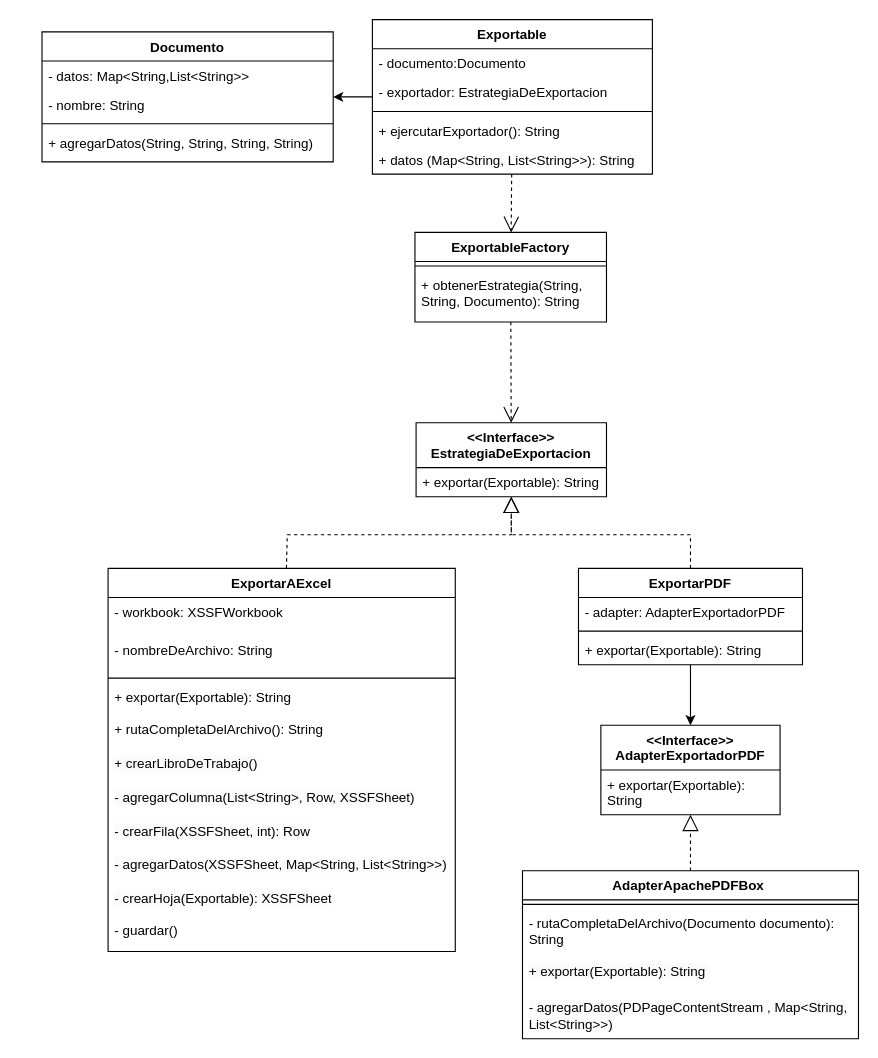
This is IncuttiPanzera_TPPatrones/IncuttiPanzera - DDC_v1.drawio from Incutti/DDS24_IncuttiFernandez, a draw.io file, before an edit. Source tidied: cells renumbered, new cells numbered last; positions are measured from the earlier drawing's top-left corner, leaving out a move shared by most shapes. Both pictures are drawn from the tidied source at 112%, with x=0, y=0 at pixel (41, 19).
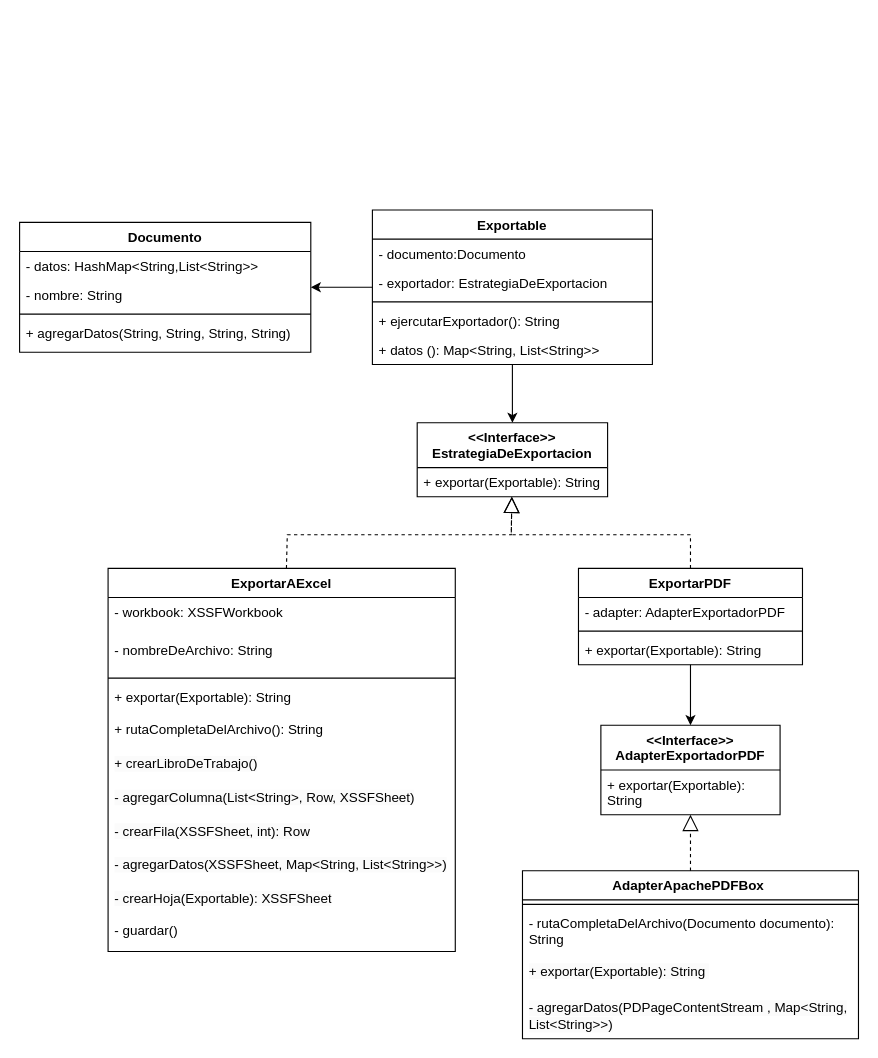
The same page after the edit.

Commit message (it also covers changes not shown here):
agregamos la justificación de los diagramas y corregimos un detalle de uno de ellos. Trabajo Terminado

What changed in the source:
```diff
@@
     <mxCell id="2" value="Documento" style="swimlane;fontStyle=1;align=center;verticalAlign=top;horizontal=1;startSize=26;rounded=0;shadow=0;strokeWidth=1;" parent="1" vertex="1">
-      <mxGeometry y="11" width="260" height="116" as="geometry" />
+      <mxGeometry x="-20" y="181" width="260" height="116" as="geometry" />
     </mxCell>
-    <mxCell id="3" value="- datos: Map&lt;String,List&lt;String&gt;&gt;" style="text;align=left;verticalAlign=top;spacingLeft=4;spacingRight=4;overflow=hidden;" parent="2" vertex="1">
+    <mxCell id="3" value="- datos: HashMap&lt;String,List&lt;String&gt;&gt;" style="text;align=left;verticalAlign=top;spacingLeft=4;spacingRight=4;overflow=hidden;" parent="2" vertex="1">
       <mxGeometry y="26" width="260" height="26" as="geometry" />
     </mxCell>
@@
     <mxCell id="7" value="&lt;&lt;Interface&gt;&gt;&#10;EstrategiaDeExportacion" style="swimlane;fontStyle=1;align=center;verticalAlign=top;horizontal=1;startSize=40;rounded=0;shadow=0;strokeWidth=1;" parent="1" vertex="1">
-      <mxGeometry x="334" y="360" width="170" height="66" as="geometry" />
+      <mxGeometry x="335" y="360" width="170" height="66" as="geometry" />
     </mxCell>
@@
+    <mxCell id="48" style="edgeStyle=orthogonalEdgeStyle;rounded=0;jettySize=auto;html=1;" parent="1" edge="1" source="22" target="7">
+      <mxGeometry relative="1" as="geometry">
+        <Array as="points">
+          <mxPoint x="420" y="350" />
+          <mxPoint x="420" y="350" />
+        </Array>
+      </mxGeometry>
+    </mxCell>
     <mxCell id="22" value="Exportable" style="swimlane;fontStyle=1;align=center;verticalAlign=top;horizontal=1;startSize=26;rounded=0;shadow=0;strokeWidth=1;" parent="1" vertex="1">
-      <mxGeometry x="295" width="250" height="138" as="geometry" />
+      <mxGeometry x="295" y="170" width="250" height="138" as="geometry" />
     </mxCell>
@@
-    <mxCell id="27" value="+ datos (Map&lt;String, List&lt;String&gt;&gt;): String" style="text;align=left;verticalAlign=top;spacingLeft=4;spacingRight=4;overflow=hidden;" parent="22" vertex="1">
+    <mxCell id="27" value="+ datos (): Map&lt;String, List&lt;String&gt;&gt;" style="text;align=left;verticalAlign=top;spacingLeft=4;spacingRight=4;overflow=hidden;" parent="22" vertex="1">
       <mxGeometry y="112" width="250" height="26" as="geometry" />
     </mxCell>
@@
-    <mxCell id="43" value="ExportableFactory" style="swimlane;fontStyle=1;align=center;verticalAlign=top;horizontal=1;startSize=26;whiteSpace=wrap;html=1;" parent="1" vertex="1">
-      <mxGeometry x="333" y="190" width="171" height="80" as="geometry" />
-    </mxCell>
-    <mxCell id="44" style="line;strokeWidth=1;fillColor=none;align=left;verticalAlign=middle;spacingTop=-1;spacingLeft=3;spacingRight=3;labelPosition=right;strokeColor=inherit;" parent="43" vertex="1">
-      <mxGeometry y="26" width="171" height="8" as="geometry" />
-    </mxCell>
-    <mxCell id="45" value="+ obtenerEstrategia(String, String, Documento): String" style="text;strokeColor=none;fillColor=none;align=left;verticalAlign=top;spacingLeft=4;spacingRight=4;overflow=hidden;whiteSpace=wrap;html=1;" parent="43" vertex="1">
-      <mxGeometry y="34" width="171" height="46" as="geometry" />
-    </mxCell>
-    <mxCell id="46" style="endArrow=open;endSize=12;dashed=1;html=1;rounded=0;" parent="1" edge="1" source="22" target="43">
-      <mxGeometry x="0.12" y="-30" relative="1" as="geometry" />
-    </mxCell>
-    <mxCell id="47" style="endArrow=open;endSize=12;dashed=1;html=1;rounded=0;" parent="1" edge="1" source="43" target="7">
-      <mxGeometry x="0.12" y="-30" relative="1" as="geometry" />
-    </mxCell>
```
